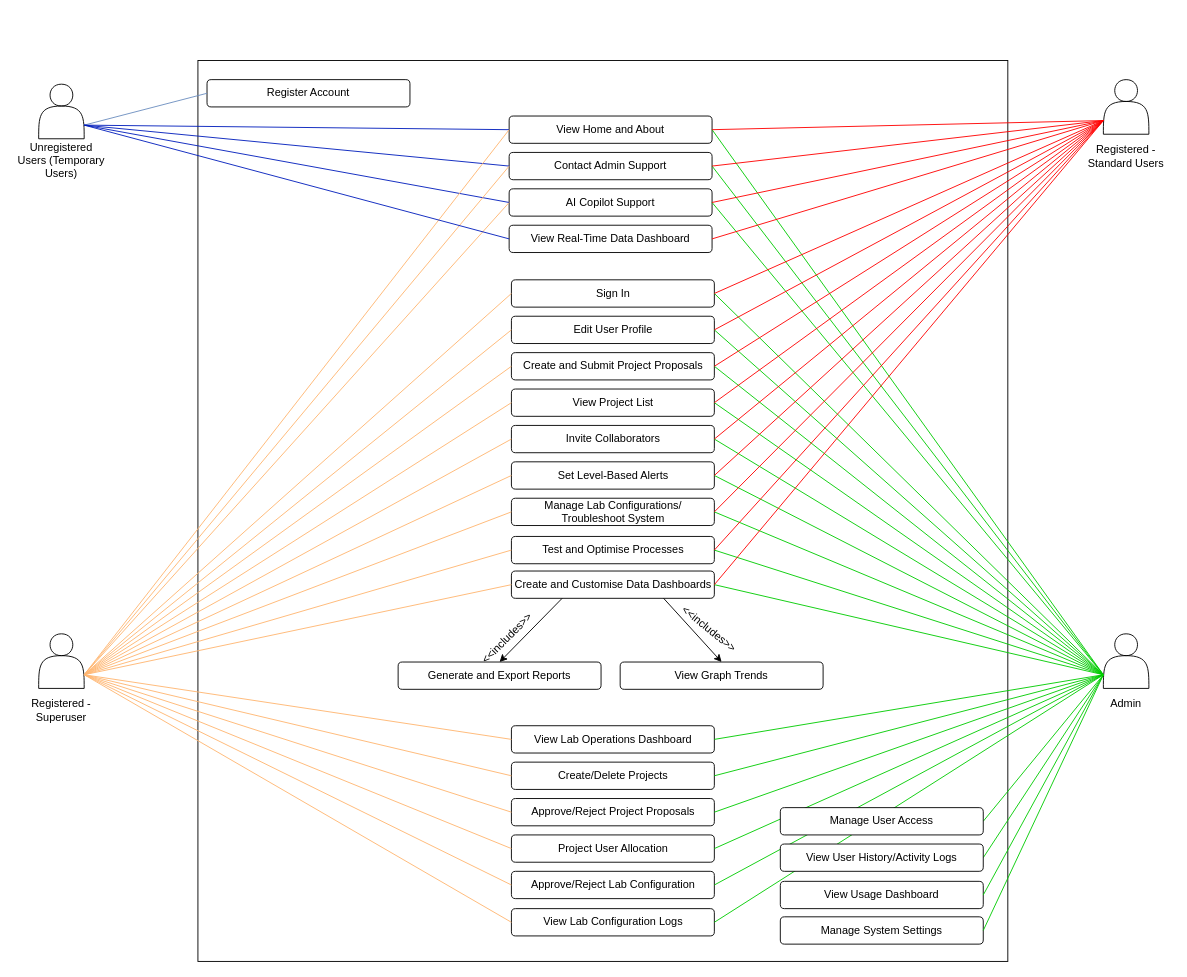
This is page "Page-2" (2 of 2) of use_case_diagram_group6.drawio from UCLComputerScience/COMP0067_2025_Team6, a draw.io file, before an edit. Source tidied: cells renumbered, new cells numbered last; positions are measured from the earlier drawing's top-left corner, leaving out a move shared by most shapes. Both pictures are drawn from the tidied source at 91%, with x=0, y=0 at pixel (15, 15).
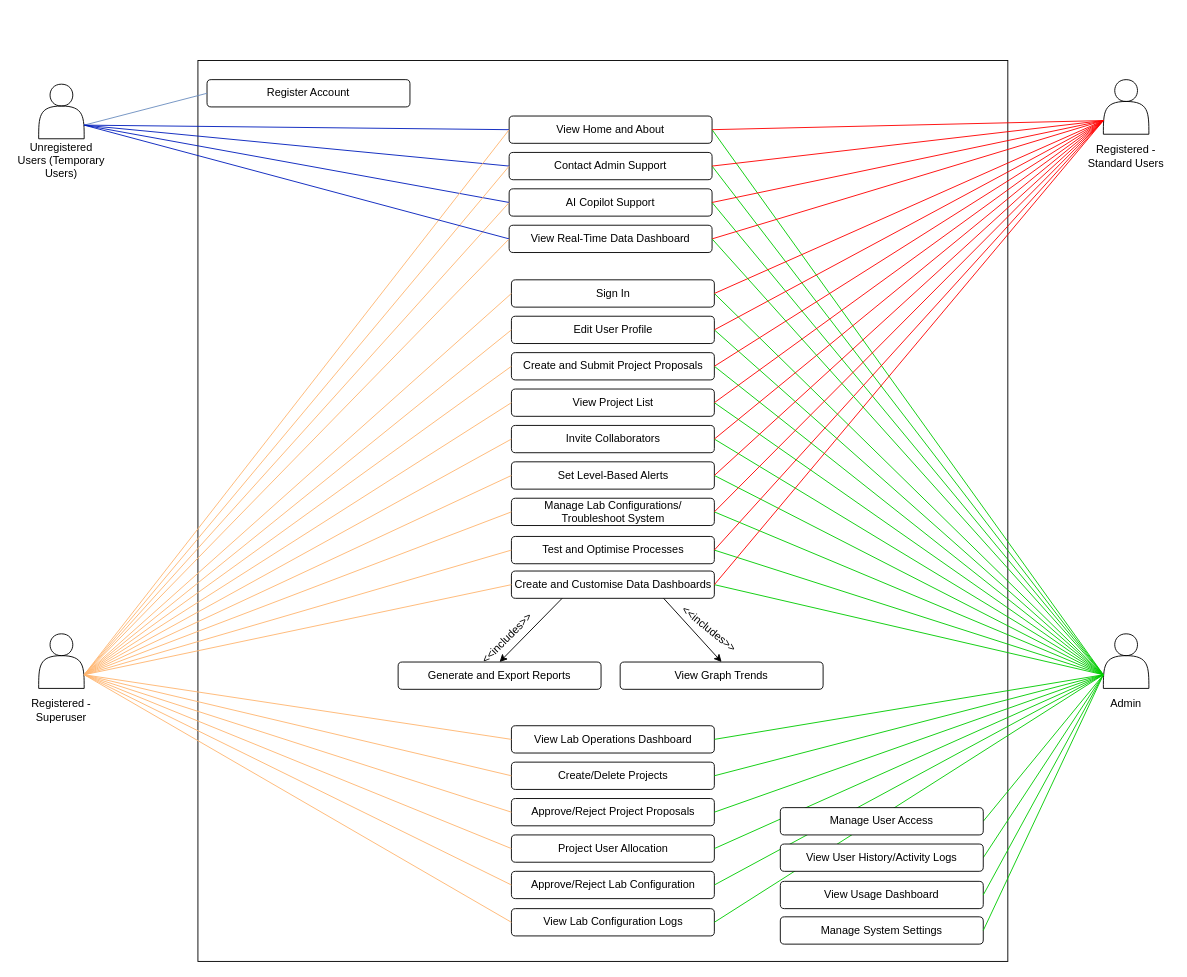
The same diagram, later.

The change refers to these unchanged cells:
```xml
<mxCell id="7" style="shape=actor;whiteSpace=wrap;html=1;" parent="6" vertex="1">
  <mxGeometry x="5" width="50" height="60" as="geometry" />
</mxCell>
<mxCell id="10" style="shape=actor;whiteSpace=wrap;html=1;" parent="9" vertex="1">
  <mxGeometry x="5" width="50" height="60" as="geometry" />
</mxCell>
<mxCell id="93" value="View Real-Time Data Dashboard" style="rounded=1;whiteSpace=wrap;html=1;" parent="1" vertex="1">
  <mxGeometry x="542" y="230" width="223" height="30" as="geometry" />
</mxCell>
```

Diff of the diagram source:
```diff
@@
+    <mxCell id="103" style="endArrow=none;html=1;rounded=0;exitX=1;exitY=0.75;exitDx=0;exitDy=0;entryX=0;entryY=0.5;entryDx=0;entryDy=0;fillColor=#ffe6cc;strokeColor=light-dark(#FFB570,#FFB570);" parent="1" edge="1" source="10" target="93">
+      <mxGeometry relative="1" as="geometry" />
+    </mxCell>
+    <mxCell id="104" style="endArrow=none;html=1;rounded=0;exitX=1;exitY=0.5;exitDx=0;exitDy=0;entryX=0;entryY=0.75;entryDx=0;entryDy=0;strokeColor=#00CC00;" parent="1" edge="1" source="93" target="7">
+      <mxGeometry relative="1" as="geometry" />
+    </mxCell>
```
